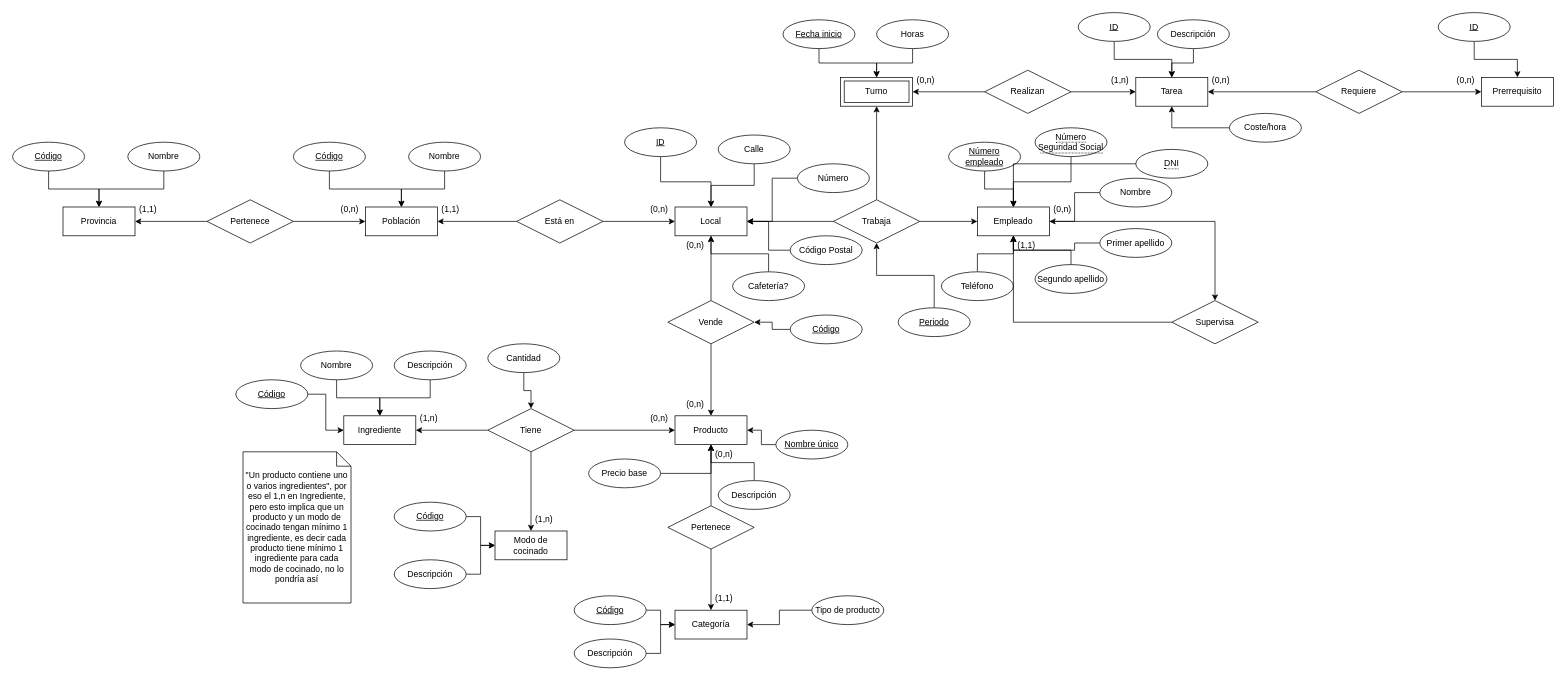
The draw.io diagram practica1_BBDD.drawio in sergaarcia/BBDD, before the edit. Source tidied: cells renumbered, new cells numbered last; positions are measured from the earlier drawing's top-left corner, leaving out a move shared by most shapes. Both pictures are drawn from the tidied source at 72%, with x=0, y=0 at pixel (12, 12).
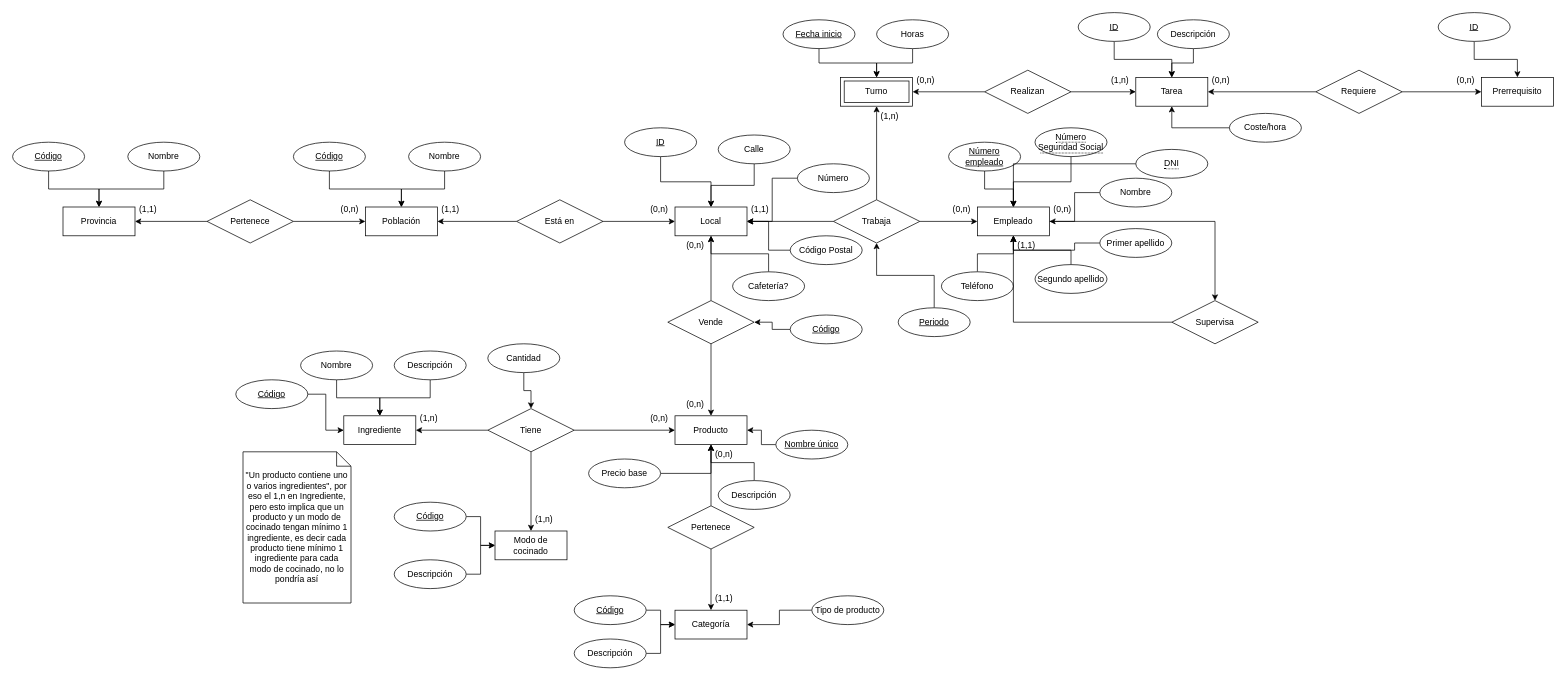
Above is the later version.

What changed in the source:
```diff
@@
+    <mxCell id="132" value="(0,n)" style="text;strokeColor=none;fillColor=none;spacingLeft=4;spacingRight=4;overflow=hidden;fontSize=12;whiteSpace=wrap;html=1;" parent="1" vertex="1">
+      <mxGeometry x="1300" y="260" width="40" height="30" as="geometry" />
+    </mxCell>
+    <mxCell id="133" value="(1,1)" style="text;strokeColor=none;fillColor=none;spacingLeft=4;spacingRight=4;overflow=hidden;fontSize=12;whiteSpace=wrap;html=1;" parent="1" vertex="1">
+      <mxGeometry x="1020" y="260" width="40" height="30" as="geometry" />
+    </mxCell>
+    <mxCell id="134" value="(1,n)" style="text;strokeColor=none;fillColor=none;spacingLeft=4;spacingRight=4;overflow=hidden;fontSize=12;whiteSpace=wrap;html=1;" parent="1" vertex="1">
+      <mxGeometry x="1200" y="130" width="40" height="30" as="geometry" />
+    </mxCell>
```
